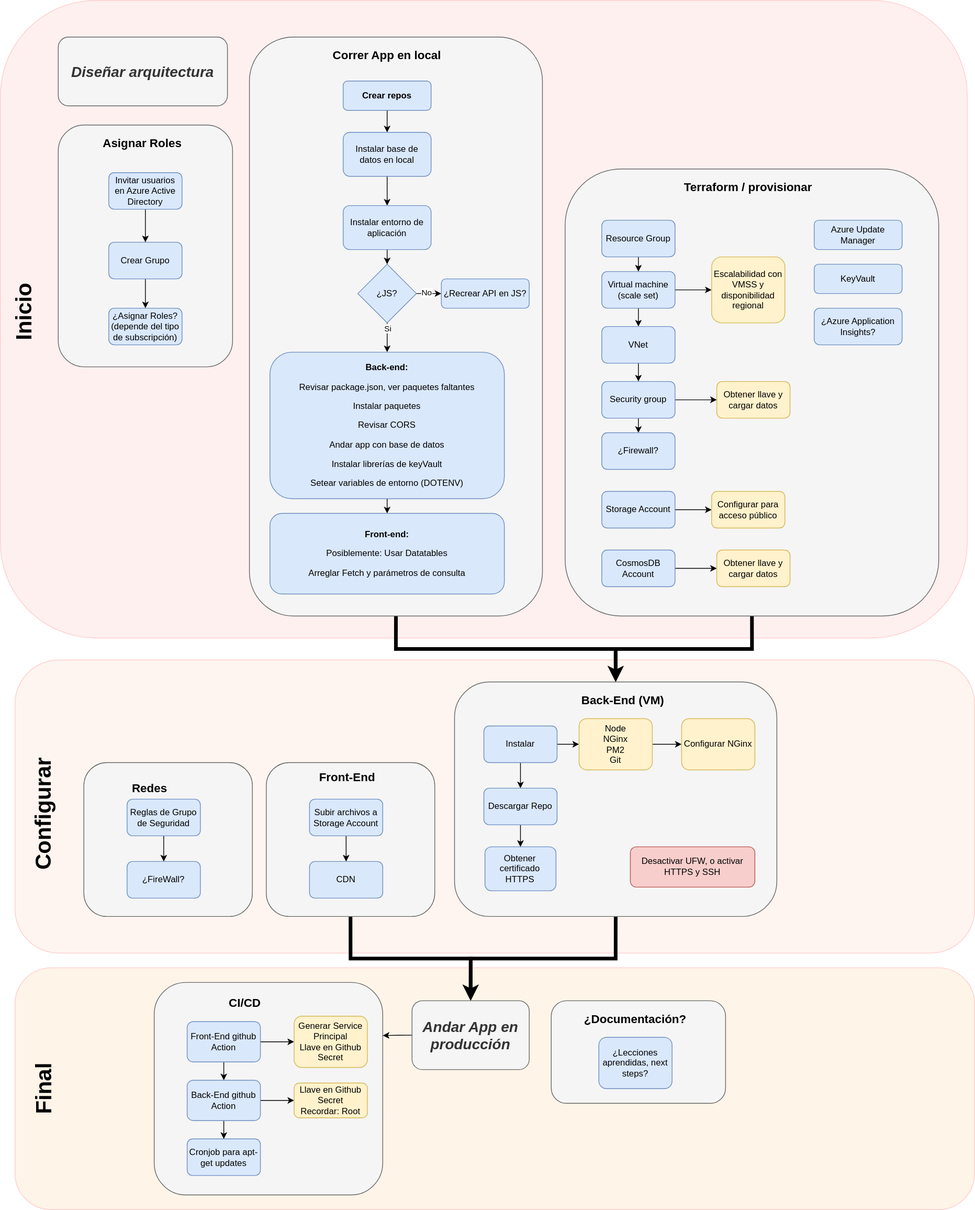
Above: ruta.svg in code-brigade-2022/code-brigade-2022.github.io (draw.io), before the change. Source tidied: cells renumbered, new cells last; positions are measured from the earlier drawing's top-left corner, leaving out a move shared by most shapes.
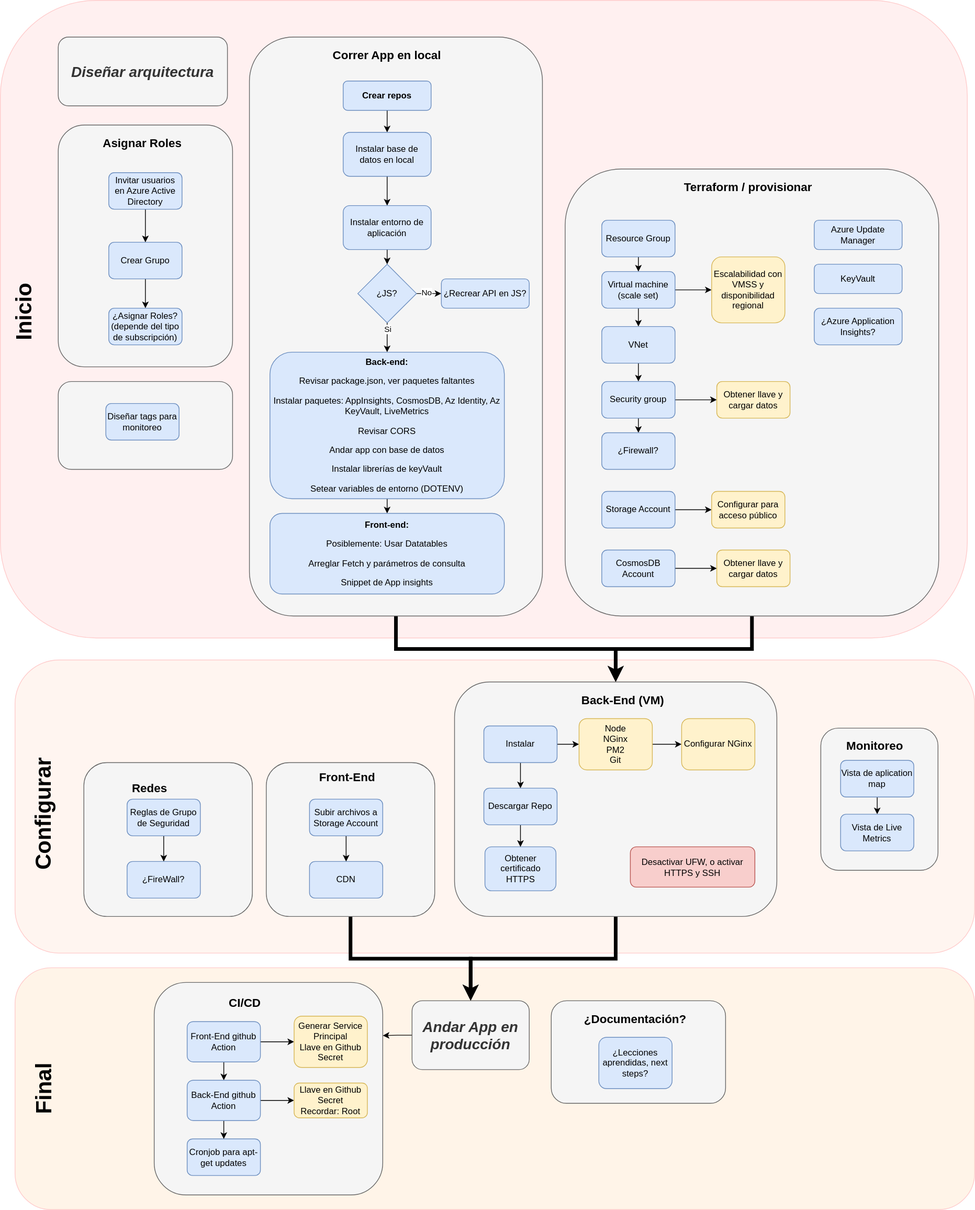
Later version of the same file.

The edit, as a diff of the source:
```diff
@@ -72,7 +72,7 @@
     <mxCell id="22" style="edgeStyle=orthogonalEdgeStyle;rounded=0;jettySize=auto;html=1;exitX=0.5;exitY=1;exitDx=0;exitDy=0;entryX=0.5;entryY=0;entryDx=0;entryDy=0;fontSize=16;" parent="1" edge="1" source="23" target="56">
       <mxGeometry relative="1" as="geometry" />
     </mxCell>
-    <mxCell id="23" value="&lt;p class=&quot;MsoNormal&quot;&gt;&lt;b&gt;Back-end:&lt;/b&gt;&lt;/p&gt;&lt;p class=&quot;MsoNormal&quot;&gt;Revisar package.json, ver paquetes faltantes&lt;/p&gt;&lt;p class=&quot;MsoNormal&quot;&gt;Instalar paquetes&lt;/p&gt;&lt;p class=&quot;MsoNormal&quot;&gt;Revisar CORS&lt;/p&gt;&lt;p class=&quot;MsoNormal&quot;&gt;Andar app con base de datos&lt;/p&gt;&lt;p class=&quot;MsoNormal&quot;&gt;Instalar librerías de keyVault&lt;/p&gt;&lt;p class=&quot;MsoNormal&quot;&gt;Setear variables de entorno (DOTENV)&lt;/p&gt;" style="rounded=1;whiteSpace=wrap;html=1;fillColor=#dae8fc;strokeColor=#6c8ebf;" parent="1" vertex="1">
+    <mxCell id="23" value="&lt;p class=&quot;MsoNormal&quot;&gt;&lt;b&gt;Back-end:&lt;/b&gt;&lt;/p&gt;&lt;p class=&quot;MsoNormal&quot;&gt;Revisar package.json, ver paquetes faltantes&lt;/p&gt;&lt;p class=&quot;MsoNormal&quot;&gt;Instalar paquetes: AppInsights, CosmosDB, Az Identity, Az KeyVault, LiveMetrics&lt;/p&gt;&lt;p class=&quot;MsoNormal&quot;&gt;Revisar CORS&lt;/p&gt;&lt;p class=&quot;MsoNormal&quot;&gt;Andar app con base de datos&lt;/p&gt;&lt;p class=&quot;MsoNormal&quot;&gt;Instalar librerías de keyVault&lt;/p&gt;&lt;p class=&quot;MsoNormal&quot;&gt;Setear variables de entorno (DOTENV)&lt;/p&gt;" style="rounded=1;whiteSpace=wrap;html=1;fillColor=#dae8fc;strokeColor=#6c8ebf;" parent="1" vertex="1">
       <mxGeometry x="451" y="480" width="320" height="200" as="geometry" />
     </mxCell>
     <mxCell id="24" value="¿Recrear API en JS?" style="rounded=1;whiteSpace=wrap;html=1;fillColor=#dae8fc;strokeColor=#6c8ebf;" parent="1" vertex="1">
@@ -171,7 +171,7 @@
     <mxCell id="55" value="¿Asignar Roles? (depende del tipo de subscripción)" style="rounded=1;whiteSpace=wrap;html=1;fontSize=12;glass=0;strokeWidth=1;shadow=0;fillColor=#dae8fc;strokeColor=#6c8ebf;" parent="1" vertex="1">
       <mxGeometry x="231" y="420" width="100" height="50" as="geometry" />
     </mxCell>
-    <mxCell id="56" value="&lt;p class=&quot;MsoNormal&quot;&gt;&lt;b&gt;Front-end:&lt;/b&gt;&lt;/p&gt;&lt;p class=&quot;MsoNormal&quot;&gt;Posiblemente: Usar Datatables&lt;/p&gt;&lt;p class=&quot;MsoNormal&quot;&gt;Arreglar Fetch y parámetros de consulta&lt;/p&gt;" style="rounded=1;whiteSpace=wrap;html=1;fillColor=#dae8fc;strokeColor=#6c8ebf;" parent="1" vertex="1">
+    <mxCell id="56" value="&lt;p class=&quot;MsoNormal&quot;&gt;&lt;b&gt;Front-end:&lt;/b&gt;&lt;/p&gt;&lt;p class=&quot;MsoNormal&quot;&gt;Posiblemente: Usar Datatables&lt;/p&gt;&lt;p class=&quot;MsoNormal&quot;&gt;Arreglar Fetch y parámetros de consulta&lt;/p&gt;&lt;p class=&quot;MsoNormal&quot;&gt;Snippet de App insights&lt;/p&gt;" style="rounded=1;whiteSpace=wrap;html=1;fillColor=#dae8fc;strokeColor=#6c8ebf;" parent="1" vertex="1">
       <mxGeometry x="451" y="700" width="320" height="110" as="geometry" />
     </mxCell>
     <mxCell id="57" style="rounded=1;whiteSpace=wrap;html=1;fillColor=#f5f5f5;strokeColor=#666666;fontColor=#333333;" parent="1" vertex="1">
@@ -300,5 +300,26 @@
     <mxCell id="98" value="&lt;span style=&quot;font-size: 20px;&quot;&gt;Diseñar arquitectura&lt;/span&gt;" style="rounded=1;whiteSpace=wrap;html=1;fontSize=12;glass=0;strokeWidth=1;shadow=0;fillColor=#f5f5f5;strokeColor=#666666;fontColor=#333333;fontStyle=3;" parent="1" vertex="1">
       <mxGeometry x="162" y="50" width="231" height="94" as="geometry" />
     </mxCell>
+    <mxCell id="99" style="rounded=1;whiteSpace=wrap;html=1;fillColor=#f5f5f5;strokeColor=#666666;fontColor=#333333;" parent="1" vertex="1">
+      <mxGeometry x="162" y="520" width="238" height="120" as="geometry" />
+    </mxCell>
+    <mxCell id="100" value="Diseñar tags para monitoreo" style="rounded=1;whiteSpace=wrap;html=1;fontSize=12;glass=0;strokeWidth=1;shadow=0;fillColor=#dae8fc;strokeColor=#6c8ebf;" parent="1" vertex="1">
+      <mxGeometry x="227" y="550" width="100" height="50" as="geometry" />
+    </mxCell>
+    <mxCell id="101" style="rounded=1;whiteSpace=wrap;html=1;fillColor=#f5f5f5;strokeColor=#666666;fontColor=#333333;" parent="1" vertex="1">
+      <mxGeometry x="1203" y="993" width="160" height="194" as="geometry" />
+    </mxCell>
+    <mxCell id="102" style="edgeStyle=orthogonalEdgeStyle;rounded=0;jettySize=auto;html=1;exitX=0.5;exitY=1;exitDx=0;exitDy=0;entryX=0.5;entryY=0;entryDx=0;entryDy=0;" parent="1" edge="1" source="103" target="104">
+      <mxGeometry relative="1" as="geometry" />
+    </mxCell>
+    <mxCell id="103" value="Vista de aplication map" style="rounded=1;whiteSpace=wrap;html=1;fontSize=12;glass=0;strokeWidth=1;shadow=0;fillColor=#dae8fc;strokeColor=#6c8ebf;" parent="1" vertex="1">
+      <mxGeometry x="1230" y="1037" width="100" height="50" as="geometry" />
+    </mxCell>
+    <mxCell id="104" value="Vista de Live Metrics" style="rounded=1;whiteSpace=wrap;html=1;fontSize=12;glass=0;strokeWidth=1;shadow=0;fillColor=#dae8fc;strokeColor=#6c8ebf;" parent="1" vertex="1">
+      <mxGeometry x="1230" y="1110.5" width="100" height="50" as="geometry" />
+    </mxCell>
+    <mxCell id="105" value="&lt;b&gt;&lt;font style=&quot;font-size: 16px;&quot;&gt;Monitoreo&lt;/font&gt;&lt;/b&gt;" style="text;html=1;strokeColor=none;fillColor=none;align=center;verticalAlign=middle;whiteSpace=wrap;rounded=0;" parent="1" vertex="1">
+      <mxGeometry x="1162" y="1002" width="230" height="30" as="geometry" />
+    </mxCell>
   </root>
 </mxGraphModel>
```
